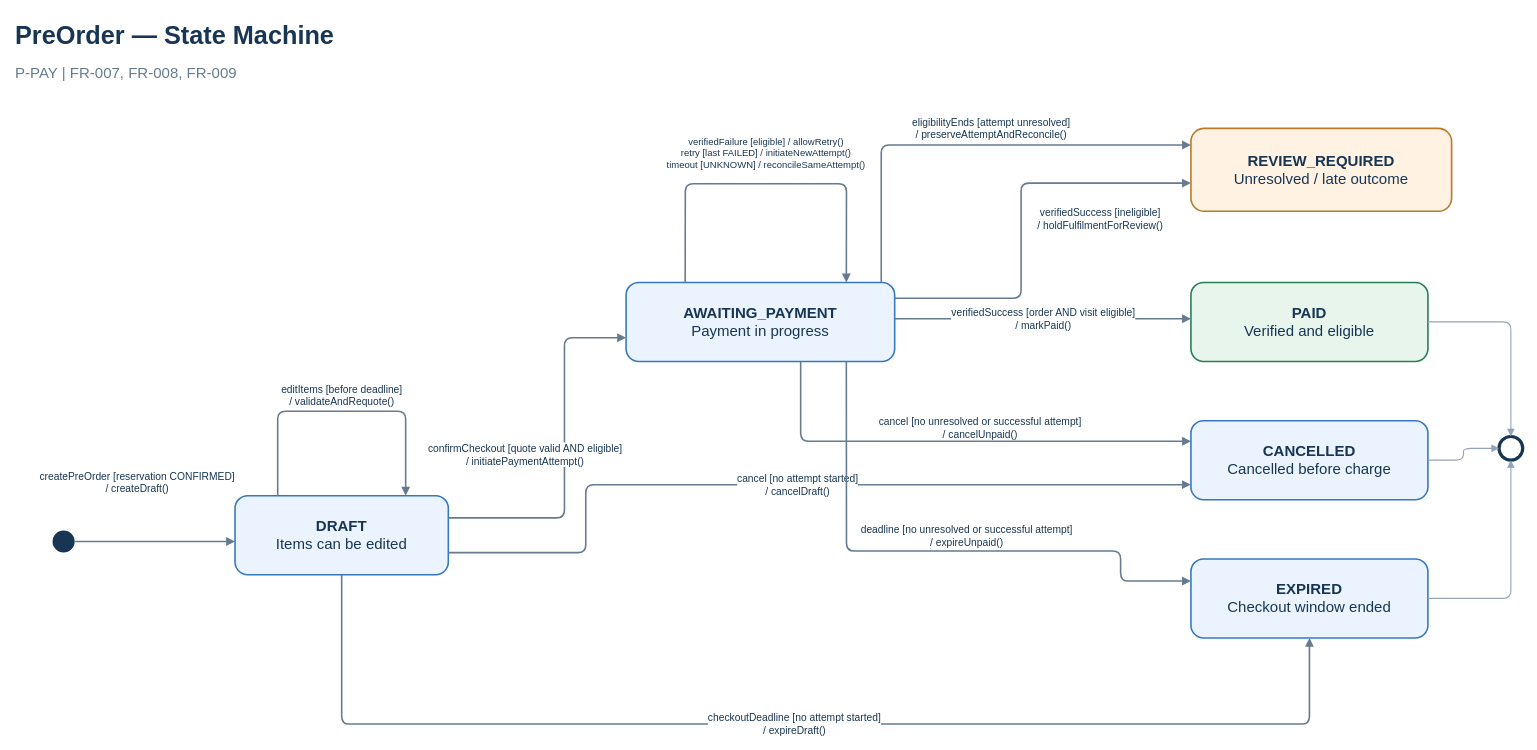
AlexToday111/Tabiora keeps this draw.io diagram as assets/diagrams/state-preorder/state-preorder.drawio. Above is the earlier version. Source tidied: cells renumbered, new cells numbered last; positions are measured from the earlier drawing's top-left corner, leaving out a move shared by most shapes. Both pictures are drawn from the tidied source at 79%, with x=0, y=0 at pixel (13, 13).
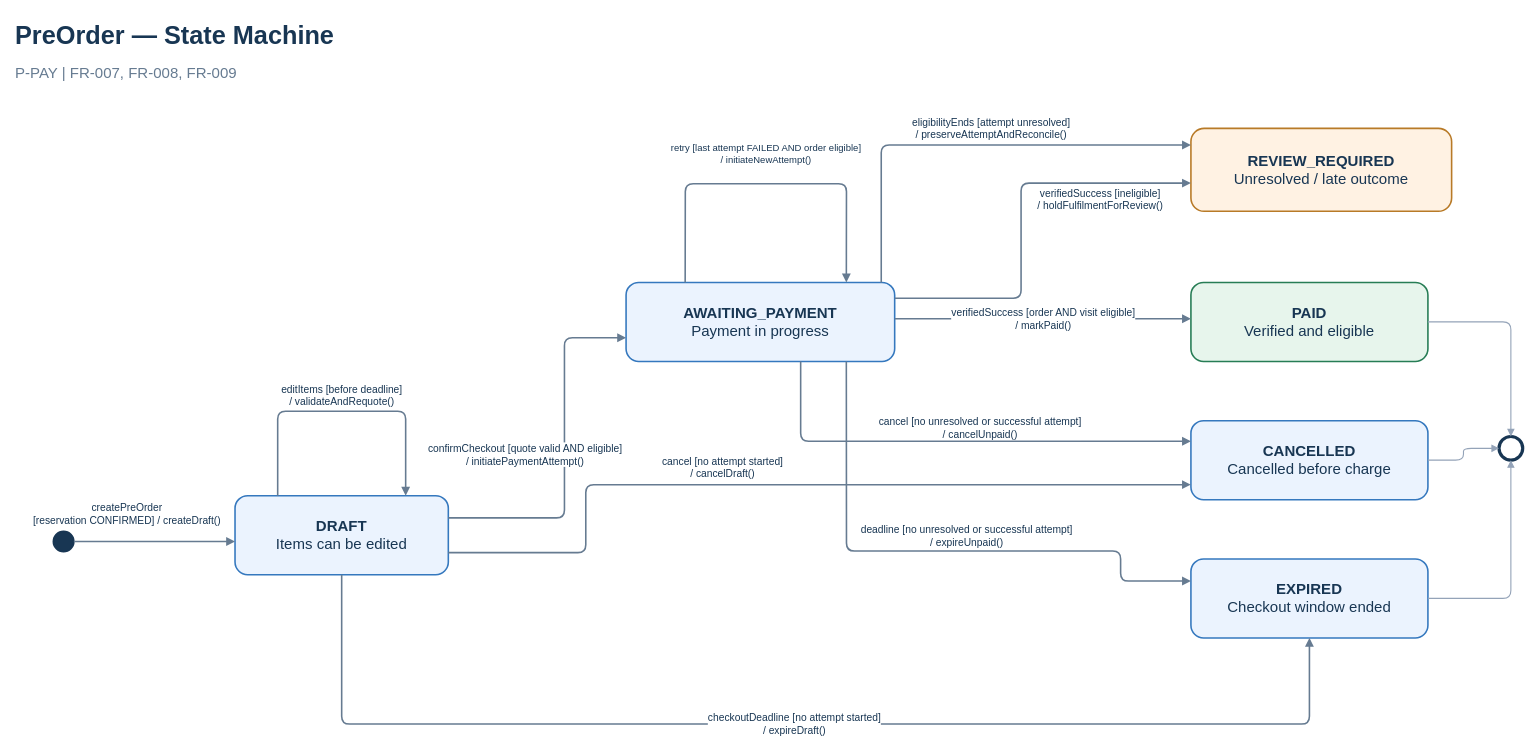
The same page after the edit.

The change refers to these unchanged cells:
```xml
<mxCell id="4" style="ellipse;fillColor=#183653;strokeColor=#183653;strokeWidth=2;" parent="1" vertex="1">
  <mxGeometry x="50" y="655" width="26" height="26" as="geometry" />
</mxCell>
<mxCell id="5" value="&lt;b&gt;DRAFT&lt;/b&gt;&lt;br/&gt;Items can be edited" style="rounded=1;whiteSpace=wrap;html=1;glass=0;arcSize=16;fillColor=#EBF3FE;strokeColor=#3578BE;strokeWidth=2;fontColor=#183653;fontSize=19;fontFamily=Arial;align=center;verticalAlign=middle;spacing=7;" parent="1" vertex="1">
  <mxGeometry x="280" y="610" width="270" height="100" as="geometry" />
</mxCell>
<mxCell id="6" value="&lt;b&gt;AWAITING_PAYMENT&lt;/b&gt;&lt;br/&gt;Payment in progress" style="rounded=1;whiteSpace=wrap;html=1;glass=0;arcSize=16;fillColor=#EBF3FE;strokeColor=#3578BE;strokeWidth=2;fontColor=#183653;fontSize=19;fontFamily=Arial;align=center;verticalAlign=middle;spacing=7;" parent="1" vertex="1">
  <mxGeometry x="775" y="340" width="340" height="100" as="geometry" />
</mxCell>
<mxCell id="8" value="&lt;b&gt;CANCELLED&lt;/b&gt;&lt;br/&gt;Cancelled before charge" style="rounded=1;whiteSpace=wrap;html=1;glass=0;arcSize=16;fillColor=#EBF3FE;strokeColor=#3578BE;strokeWidth=2;fontColor=#183653;fontSize=19;fontFamily=Arial;align=center;verticalAlign=middle;spacing=7;" parent="1" vertex="1">
  <mxGeometry x="1490" y="515" width="300" height="100" as="geometry" />
</mxCell>
<mxCell id="10" value="&lt;b&gt;REVIEW_REQUIRED&lt;/b&gt;&lt;br/&gt;Unresolved / late outcome" style="rounded=1;whiteSpace=wrap;html=1;glass=0;arcSize=16;fillColor=#FFF2E3;strokeColor=#B87A27;strokeWidth=2;fontColor=#183653;fontSize=19;fontFamily=Arial;align=center;verticalAlign=middle;spacing=7;" parent="1" vertex="1">
  <mxGeometry x="1490" y="145" width="330" height="105" as="geometry" />
</mxCell>
```

The edit, as a diff of the source:
```diff
@@
-    <mxCell id="12" value="createPreOrder [reservation CONFIRMED]&lt;br/&gt;/ createDraft()" style="edgeStyle=orthogonalEdgeStyle;rounded=1;jettySize=auto;html=1;strokeColor=#667B91;strokeWidth=2;endArrow=block;endFill=1;startArrow=none;fontSize=13;fontColor=#183653;labelBackgroundColor=#FFFFFF;align=center;verticalAlign=middle;exitX=1;exitY=0.5;entryX=0;entryY=0.58;noEdgeStyle=1;exitPerimeter=0;entryPerimeter=0;" parent="1" edge="1" source="4" target="5">
+    <mxCell id="12" value="createPreOrder&lt;br/&gt;[reservation CONFIRMED] / createDraft()" style="edgeStyle=orthogonalEdgeStyle;rounded=1;jettySize=auto;html=1;strokeColor=#667B91;strokeWidth=2;endArrow=block;endFill=1;startArrow=none;fontSize=13;fontColor=#183653;labelBackgroundColor=#FFFFFF;align=center;verticalAlign=middle;exitX=1;exitY=0.5;entryX=0;entryY=0.58;noEdgeStyle=1;exitPerimeter=0;entryPerimeter=0;" parent="1" edge="1" source="4" target="5">
       <mxGeometry relative="1" as="geometry">
-        <mxPoint x="-22" y="-75" as="offset" />
+        <mxPoint x="-35" y="-35" as="offset" />
       </mxGeometry>
     </mxCell>
@@
     <mxCell id="15" value="cancel [no attempt started]&lt;br/&gt;/ cancelDraft()" style="edgeStyle=orthogonalEdgeStyle;rounded=1;jettySize=auto;html=1;strokeColor=#667B91;strokeWidth=2;endArrow=block;endFill=1;startArrow=none;fontSize=13;fontColor=#183653;labelBackgroundColor=#FFFFFF;align=center;verticalAlign=middle;exitX=1;exitY=0.72;entryX=0;entryY=0.81;noEdgeStyle=1;exitPerimeter=0;entryPerimeter=0;" parent="1" edge="1" source="5" target="8">
       <mxGeometry relative="1" as="geometry">
         <Array as="points">
           <mxPoint x="724" y="682" />
           <mxPoint x="724" y="596" />
         </Array>
-        <mxPoint x="15" as="offset" />
+        <mxPoint x="-80" y="-22" as="offset" />
       </mxGeometry>
     </mxCell>
@@
-    <mxCell id="17" value="verifiedFailure [eligible] / allowRetry()&lt;br/&gt;retry [last FAILED] / initiateNewAttempt()&lt;br/&gt;timeout [UNKNOWN] / reconcileSameAttempt()" style="edgeStyle=orthogonalEdgeStyle;rounded=1;orthogonalLoop=0;jettySize=auto;html=1;strokeColor=#667B91;strokeWidth=2;endArrow=block;endFill=1;startArrow=none;fontSize=12;fontColor=#183653;labelBackgroundColor=#FFFFFF;align=center;verticalAlign=middle;loopDirection=0;exitX=0.22;exitY=0;entryX=0.82;entryY=0;noEdgeStyle=1;exitPerimeter=0;entryPerimeter=0;" parent="1" edge="1" source="6" target="6">
+    <mxCell id="17" value="retry [last attempt FAILED AND order eligible]&lt;br/&gt;/ initiateNewAttempt()" style="edgeStyle=orthogonalEdgeStyle;rounded=1;orthogonalLoop=0;jettySize=auto;html=1;strokeColor=#667B91;strokeWidth=2;endArrow=block;endFill=1;startArrow=none;fontSize=12;fontColor=#183653;labelBackgroundColor=#FFFFFF;align=center;verticalAlign=middle;loopDirection=0;exitX=0.22;exitY=0;entryX=0.82;entryY=0;noEdgeStyle=1;exitPerimeter=0;entryPerimeter=0;" parent="1" edge="1" source="6" target="6">
       <mxGeometry relative="1" as="geometry">
         <Array as="points">
           <mxPoint x="850" y="215" />
           <mxPoint x="1054" y="215" />
         </Array>
         <mxPoint y="-38" as="offset" />
       </mxGeometry>
     </mxCell>
@@
     <mxCell id="19" value="verifiedSuccess [ineligible]&lt;br/&gt;/ holdFulfilmentForReview()" style="edgeStyle=orthogonalEdgeStyle;rounded=1;jettySize=auto;html=1;strokeColor=#667B91;strokeWidth=2;endArrow=block;endFill=1;startArrow=none;fontSize=13;fontColor=#183653;labelBackgroundColor=#FFFFFF;align=center;verticalAlign=middle;exitX=1;exitY=0.2;entryX=0;entryY=0.66;noEdgeStyle=1;exitPerimeter=0;entryPerimeter=0;" parent="1" edge="1" source="6" target="10">
       <mxGeometry relative="1" as="geometry">
         <Array as="points">
           <mxPoint x="1275" y="360" />
           <mxPoint x="1275" y="214.3" />
         </Array>
-        <mxPoint x="100" as="offset" />
+        <mxPoint x="100" y="-25" as="offset" />
       </mxGeometry>
     </mxCell>
```
